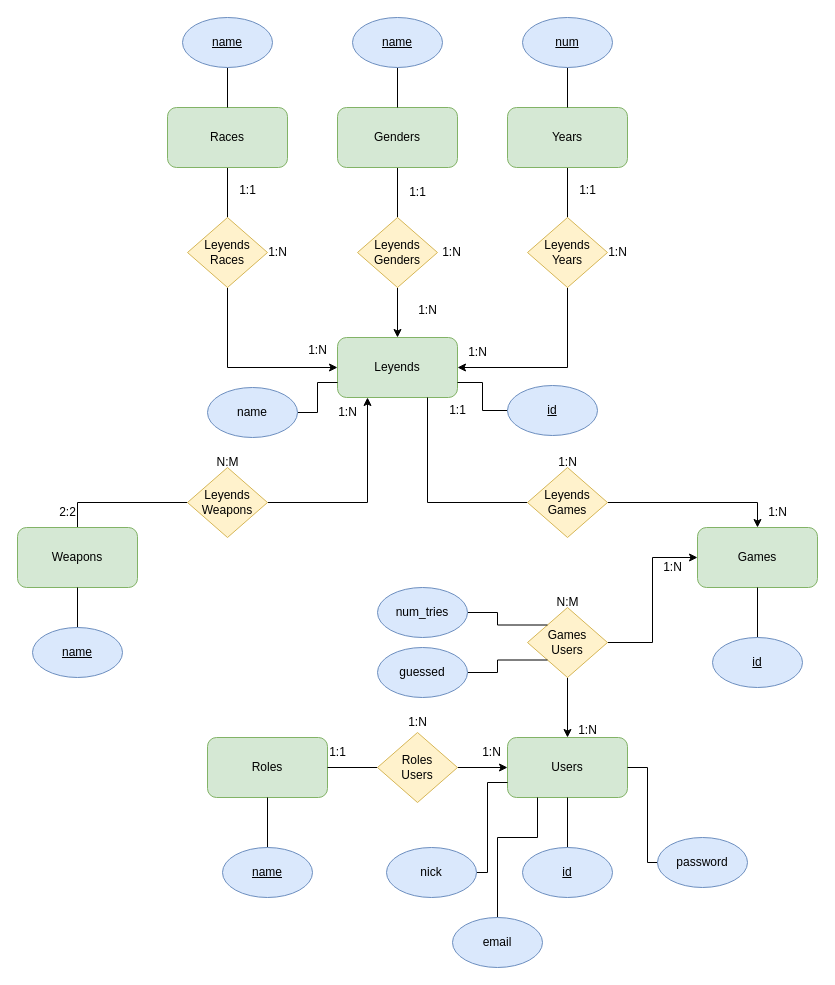
Angel-L-G/Brawdle keeps this draw.io diagram as SQL/Diagram/Entity–relationship.drawio. Above is the earlier version. Source tidied: cells renumbered, new cells numbered last; positions are measured from the earlier drawing's top-left corner, leaving out a move shared by most shapes. Both pictures are drawn from the tidied source at 100%, with x=0, y=0 at pixel (17, 17).
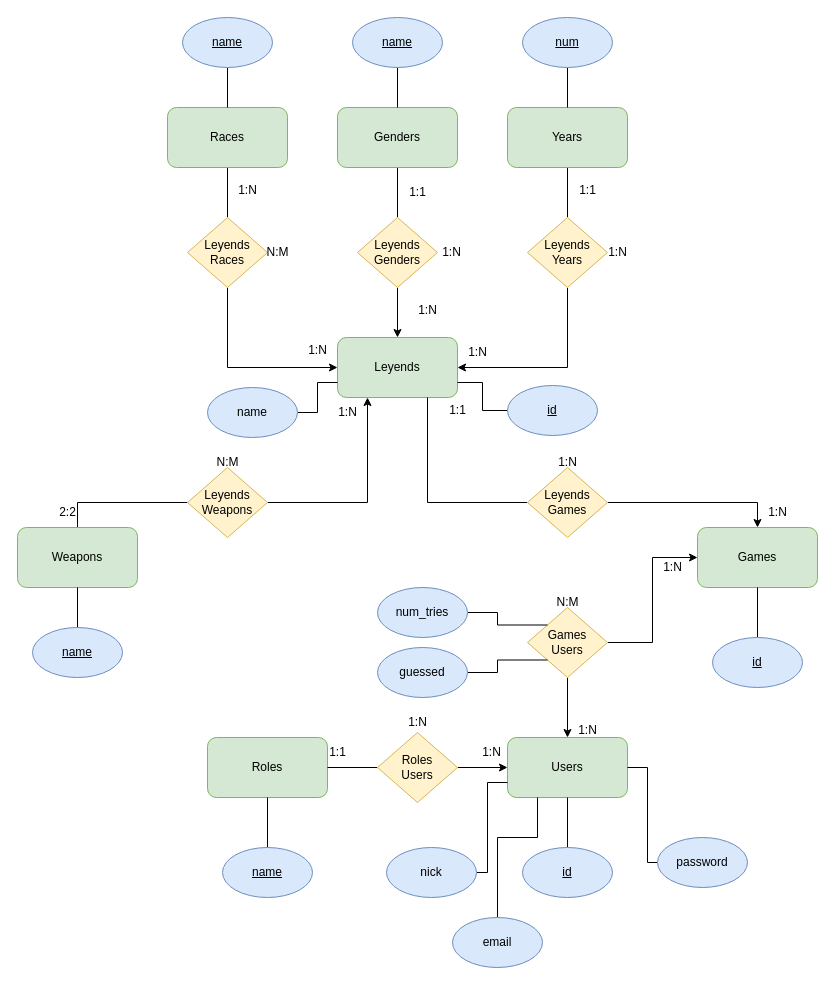
Above is the later version.

Commit message:
fix: fixed a problem where legends could not have more than 1 race #4

Diff of the diagram source:
```diff
@@
-    <mxCell id="14" value="1:1" style="text;html=1;align=center;verticalAlign=middle;strokeColor=none;fillColor=none;" parent="1" vertex="1">
+    <mxCell id="14" value="1:N" style="text;html=1;align=center;verticalAlign=middle;strokeColor=none;fillColor=none;" parent="1" vertex="1">
       <mxGeometry x="210" y="158" width="40" height="30" as="geometry" />
     </mxCell>
@@
-    <mxCell id="57" value="1:N" style="text;html=1;align=center;verticalAlign=middle;strokeColor=none;fillColor=none;" parent="1" vertex="1">
-      <mxGeometry x="240" y="220" width="40" height="30" as="geometry" />
+    <mxCell id="57" value="N:M" style="text;html=1;align=center;verticalAlign=middle;strokeColor=none;fillColor=none;" parent="1" vertex="1">
+      <mxGeometry x="235" y="220" width="50" height="30" as="geometry" />
     </mxCell>
```
